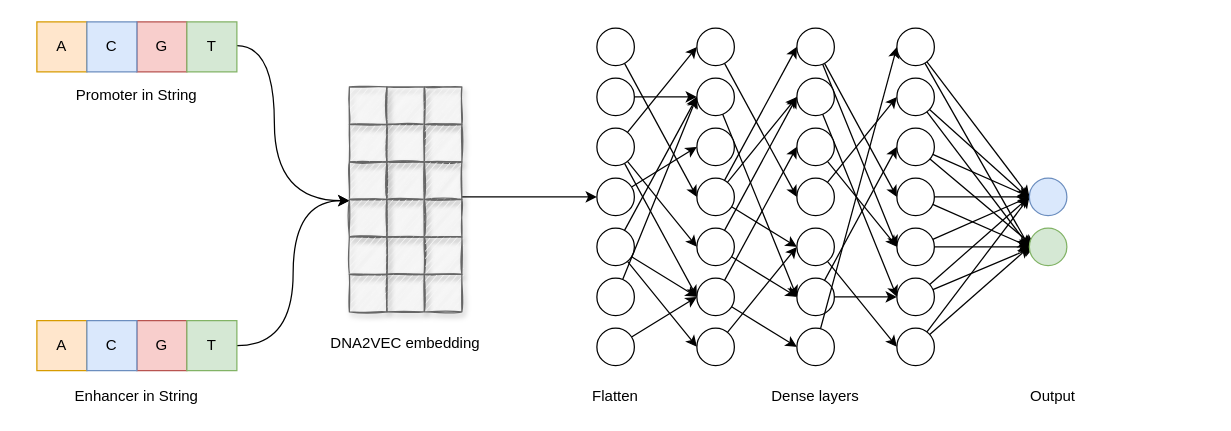
This is embedding_dense.drawio from NaiveTom/draw.io, a draw.io file, before an edit. Source tidied: cells renumbered, new cells numbered last; positions are measured from the earlier drawing's top-left corner, leaving out a move shared by most shapes. Both pictures are drawn from the tidied source at 125%, with x=0, y=0 at pixel (36, 21).
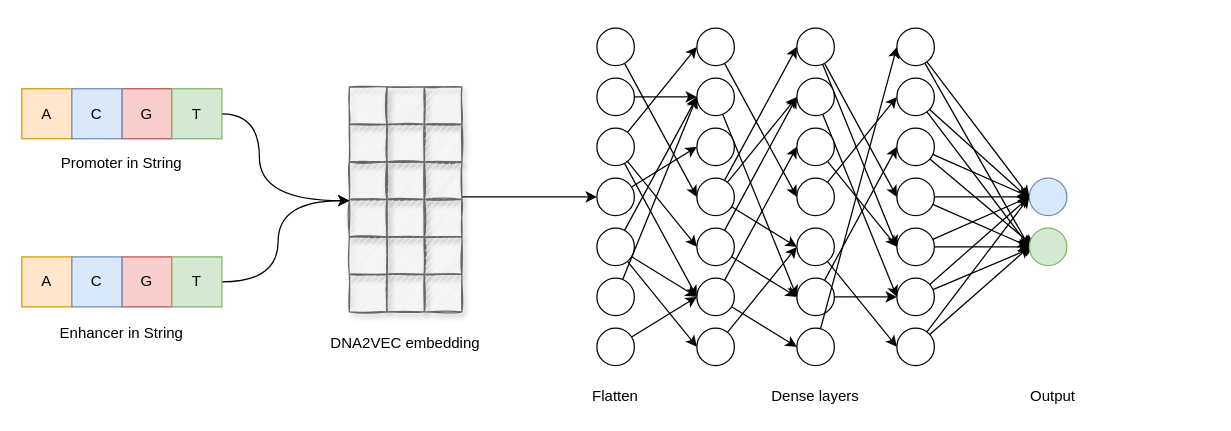
After the change.

The edit, as a diff of the source:
```diff
@@
-    <mxCell id="2" style="edgeStyle=orthogonalEdgeStyle;curved=1;rounded=0;orthogonalLoop=1;jettySize=auto;html=1;entryX=0;entryY=0;entryDx=0;entryDy=0;exitX=1;exitY=0;exitDx=0;exitDy=0;" parent="1" edge="1">
-      <mxGeometry relative="1" as="geometry">
-        <mxPoint x="160" y="19" as="sourcePoint" />
-        <mxPoint x="250" y="143" as="targetPoint" />
-        <Array as="points">
-          <mxPoint x="190" y="19" />
-          <mxPoint x="190" y="143" />
-        </Array>
-      </mxGeometry>
-    </mxCell>
-    <mxCell id="3" style="edgeStyle=orthogonalEdgeStyle;curved=1;rounded=0;orthogonalLoop=1;jettySize=auto;html=1;entryX=0;entryY=0;entryDx=0;entryDy=0;exitX=1;exitY=0;exitDx=0;exitDy=0;" parent="1" edge="1">
-      <mxGeometry relative="1" as="geometry">
-        <mxPoint x="160" y="259" as="sourcePoint" />
-        <mxPoint x="250" y="143" as="targetPoint" />
-        <Array as="points">
-          <mxPoint x="205" y="259" />
-          <mxPoint x="205" y="143" />
-        </Array>
-      </mxGeometry>
-    </mxCell>
@@
+    <mxCell id="119" style="edgeStyle=orthogonalEdgeStyle;curved=1;rounded=0;jettySize=auto;html=1;entryX=0;entryY=0;entryDx=0;entryDy=0;exitX=1;exitY=0.5;exitDx=0;exitDy=0;" parent="1" edge="1" source="122">
+      <mxGeometry relative="1" as="geometry">
+        <mxPoint x="250" y="143" as="targetPoint" />
+        <Array as="points">
+          <mxPoint x="178" y="74" />
+          <mxPoint x="178" y="143" />
+        </Array>
+      </mxGeometry>
+    </mxCell>
     <mxCell id="101" value="&lt;div&gt;Promoter in String&lt;/div&gt;" style="text;html=1;strokeColor=none;fillColor=none;align=center;verticalAlign=middle;whiteSpace=wrap;rounded=0;" parent="1" vertex="1">
-      <mxGeometry y="49" width="160" height="20" as="geometry" />
+      <mxGeometry x="-12" y="102.5" width="160" height="20" as="geometry" />
     </mxCell>
-    <mxCell id="102" style="rounded=0;whiteSpace=wrap;html=1;fillColor=#f8cecc;strokeColor=#b85450;" parent="1" vertex="1">
-      <mxGeometry x="80" width="40" height="40" as="geometry" />
-    </mxCell>
-    <mxCell id="103" value="G" style="text;html=1;strokeColor=none;fillColor=none;align=center;verticalAlign=middle;whiteSpace=wrap;rounded=0;" parent="1" vertex="1">
-      <mxGeometry x="80" y="10" width="40" height="20" as="geometry" />
-    </mxCell>
-    <mxCell id="104" style="rounded=0;whiteSpace=wrap;html=1;fillColor=#d5e8d4;strokeColor=#82b366;" parent="1" vertex="1">
-      <mxGeometry x="120" width="40" height="40" as="geometry" />
-    </mxCell>
-    <mxCell id="105" value="T" style="text;html=1;strokeColor=none;fillColor=none;align=center;verticalAlign=middle;whiteSpace=wrap;rounded=0;" parent="1" vertex="1">
-      <mxGeometry x="120" y="10" width="40" height="20" as="geometry" />
-    </mxCell>
+    <mxCell id="120" style="rounded=0;whiteSpace=wrap;html=1;fillColor=#f8cecc;strokeColor=#b85450;" parent="1" vertex="1">
+      <mxGeometry x="68" y="53.5" width="40" height="40" as="geometry" />
+    </mxCell>
+    <mxCell id="121" value="G" style="text;html=1;strokeColor=none;fillColor=none;align=center;verticalAlign=middle;whiteSpace=wrap;rounded=0;" parent="1" vertex="1">
+      <mxGeometry x="68" y="63.5" width="40" height="20" as="geometry" />
+    </mxCell>
+    <mxCell id="122" style="rounded=0;whiteSpace=wrap;html=1;fillColor=#d5e8d4;strokeColor=#82b366;" parent="1" vertex="1">
+      <mxGeometry x="108" y="53.5" width="40" height="40" as="geometry" />
+    </mxCell>
+    <mxCell id="123" style="edgeStyle=orthogonalEdgeStyle;curved=1;rounded=0;jettySize=auto;html=1;entryX=0;entryY=0;entryDx=0;entryDy=0;exitX=1;exitY=0.5;exitDx=0;exitDy=0;" parent="1" edge="1" source="132">
+      <mxGeometry relative="1" as="geometry">
+        <mxPoint x="250" y="143" as="targetPoint" />
+        <Array as="points">
+          <mxPoint x="193" y="208" />
+          <mxPoint x="193" y="143" />
+        </Array>
+      </mxGeometry>
+    </mxCell>
+    <mxCell id="124" value="T" style="text;html=1;strokeColor=none;fillColor=none;align=center;verticalAlign=middle;whiteSpace=wrap;rounded=0;" parent="1" vertex="1">
+      <mxGeometry x="108" y="63.5" width="40" height="20" as="geometry" />
+    </mxCell>
     <mxCell id="106" value="&lt;div&gt;Enhancer in String&lt;/div&gt;" style="text;html=1;strokeColor=none;fillColor=none;align=center;verticalAlign=middle;whiteSpace=wrap;rounded=0;" parent="1" vertex="1">
-      <mxGeometry y="290" width="160" height="20" as="geometry" />
+      <mxGeometry x="-12" y="239" width="160" height="20" as="geometry" />
     </mxCell>
-    <mxCell id="107" style="rounded=0;whiteSpace=wrap;html=1;fillColor=#ffe6cc;strokeColor=#d79b00;" parent="1" vertex="1">
-      <mxGeometry width="40" height="40" as="geometry" />
-    </mxCell>
-    <mxCell id="108" value="&lt;div&gt;A&lt;/div&gt;" style="text;html=1;strokeColor=none;fillColor=none;align=center;verticalAlign=middle;whiteSpace=wrap;rounded=0;" parent="1" vertex="1">
-      <mxGeometry y="10" width="40" height="20" as="geometry" />
-    </mxCell>
-    <mxCell id="109" style="rounded=0;whiteSpace=wrap;html=1;fillColor=#dae8fc;strokeColor=#6c8ebf;" parent="1" vertex="1">
-      <mxGeometry x="40" width="40" height="40" as="geometry" />
-    </mxCell>
-    <mxCell id="110" value="C" style="text;html=1;strokeColor=none;fillColor=none;align=center;verticalAlign=middle;whiteSpace=wrap;rounded=0;" parent="1" vertex="1">
-      <mxGeometry x="40" y="10" width="40" height="20" as="geometry" />
-    </mxCell>
-    <mxCell id="111" style="rounded=0;whiteSpace=wrap;html=1;fillColor=#f8cecc;strokeColor=#b85450;" parent="1" vertex="1">
-      <mxGeometry x="80" y="239" width="40" height="40" as="geometry" />
-    </mxCell>
-    <mxCell id="112" value="G" style="text;html=1;strokeColor=none;fillColor=none;align=center;verticalAlign=middle;whiteSpace=wrap;rounded=0;" parent="1" vertex="1">
-      <mxGeometry x="80" y="249" width="40" height="20" as="geometry" />
-    </mxCell>
-    <mxCell id="113" style="rounded=0;whiteSpace=wrap;html=1;fillColor=#d5e8d4;strokeColor=#82b366;" parent="1" vertex="1">
-      <mxGeometry x="120" y="239" width="40" height="40" as="geometry" />
-    </mxCell>
-    <mxCell id="114" value="T" style="text;html=1;strokeColor=none;fillColor=none;align=center;verticalAlign=middle;whiteSpace=wrap;rounded=0;" parent="1" vertex="1">
-      <mxGeometry x="120" y="249" width="40" height="20" as="geometry" />
-    </mxCell>
-    <mxCell id="115" style="rounded=0;whiteSpace=wrap;html=1;fillColor=#ffe6cc;strokeColor=#d79b00;" parent="1" vertex="1">
-      <mxGeometry y="239" width="40" height="40" as="geometry" />
-    </mxCell>
-    <mxCell id="116" value="&lt;div&gt;A&lt;/div&gt;" style="text;html=1;strokeColor=none;fillColor=none;align=center;verticalAlign=middle;whiteSpace=wrap;rounded=0;" parent="1" vertex="1">
-      <mxGeometry y="249" width="40" height="20" as="geometry" />
-    </mxCell>
-    <mxCell id="117" style="rounded=0;whiteSpace=wrap;html=1;fillColor=#dae8fc;strokeColor=#6c8ebf;" parent="1" vertex="1">
-      <mxGeometry x="40" y="239" width="40" height="40" as="geometry" />
-    </mxCell>
-    <mxCell id="118" value="C" style="text;html=1;strokeColor=none;fillColor=none;align=center;verticalAlign=middle;whiteSpace=wrap;rounded=0;" parent="1" vertex="1">
-      <mxGeometry x="40" y="249" width="40" height="20" as="geometry" />
-    </mxCell>
+    <mxCell id="125" style="rounded=0;whiteSpace=wrap;html=1;fillColor=#ffe6cc;strokeColor=#d79b00;" parent="1" vertex="1">
+      <mxGeometry x="-12" y="53.5" width="40" height="40" as="geometry" />
+    </mxCell>
+    <mxCell id="126" value="&lt;div&gt;A&lt;/div&gt;" style="text;html=1;strokeColor=none;fillColor=none;align=center;verticalAlign=middle;whiteSpace=wrap;rounded=0;" parent="1" vertex="1">
+      <mxGeometry x="-12" y="63.5" width="40" height="20" as="geometry" />
+    </mxCell>
+    <mxCell id="127" style="rounded=0;whiteSpace=wrap;html=1;fillColor=#dae8fc;strokeColor=#6c8ebf;" parent="1" vertex="1">
+      <mxGeometry x="28" y="53.5" width="40" height="40" as="geometry" />
+    </mxCell>
+    <mxCell id="128" value="C" style="text;html=1;strokeColor=none;fillColor=none;align=center;verticalAlign=middle;whiteSpace=wrap;rounded=0;" parent="1" vertex="1">
+      <mxGeometry x="28" y="63.5" width="40" height="20" as="geometry" />
+    </mxCell>
+    <mxCell id="129" style="rounded=0;whiteSpace=wrap;html=1;fillColor=#f8cecc;strokeColor=#b85450;" parent="1" vertex="1">
+      <mxGeometry x="68" y="188" width="40" height="40" as="geometry" />
+    </mxCell>
+    <mxCell id="130" value="G" style="text;html=1;strokeColor=none;fillColor=none;align=center;verticalAlign=middle;whiteSpace=wrap;rounded=0;" parent="1" vertex="1">
+      <mxGeometry x="68" y="198" width="40" height="20" as="geometry" />
+    </mxCell>
+    <mxCell id="131" style="rounded=0;whiteSpace=wrap;html=1;fillColor=#d5e8d4;strokeColor=#82b366;" parent="1" vertex="1">
+      <mxGeometry x="108" y="188" width="40" height="40" as="geometry" />
+    </mxCell>
+    <mxCell id="132" value="T" style="text;html=1;strokeColor=none;fillColor=none;align=center;verticalAlign=middle;whiteSpace=wrap;rounded=0;" parent="1" vertex="1">
+      <mxGeometry x="108" y="198" width="40" height="20" as="geometry" />
+    </mxCell>
+    <mxCell id="133" style="rounded=0;whiteSpace=wrap;html=1;fillColor=#ffe6cc;strokeColor=#d79b00;" parent="1" vertex="1">
+      <mxGeometry x="-12" y="188" width="40" height="40" as="geometry" />
+    </mxCell>
+    <mxCell id="134" value="&lt;div&gt;A&lt;/div&gt;" style="text;html=1;strokeColor=none;fillColor=none;align=center;verticalAlign=middle;whiteSpace=wrap;rounded=0;" parent="1" vertex="1">
+      <mxGeometry x="-12" y="198" width="40" height="20" as="geometry" />
+    </mxCell>
+    <mxCell id="135" style="rounded=0;whiteSpace=wrap;html=1;fillColor=#dae8fc;strokeColor=#6c8ebf;" parent="1" vertex="1">
+      <mxGeometry x="28" y="188" width="40" height="40" as="geometry" />
+    </mxCell>
+    <mxCell id="136" value="C" style="text;html=1;strokeColor=none;fillColor=none;align=center;verticalAlign=middle;whiteSpace=wrap;rounded=0;" parent="1" vertex="1">
+      <mxGeometry x="28" y="198" width="40" height="20" as="geometry" />
+    </mxCell>
```
